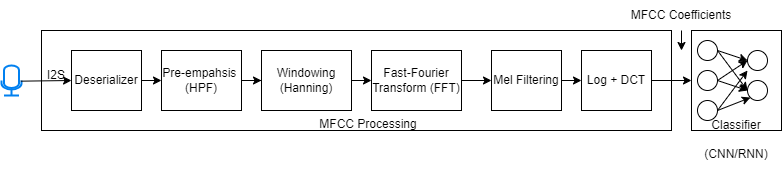
Above: figs/KWS-architecture.png in mixignal/Agentic-RTL2GDS-VLSID25 (draw.io), before the change. Source tidied: cells renumbered, new cells last; positions are measured from the earlier drawing's top-left corner, leaving out a move shared by most shapes.
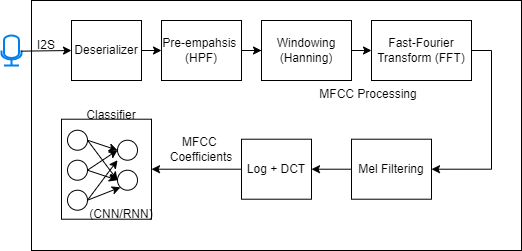
The same diagram one commit later.

What changed in the source:
```diff
@@ -3,7 +3,7 @@
     <mxCell id="0" />
     <mxCell id="1" parent="0" />
     <mxCell id="2" style="rounded=0;whiteSpace=wrap;html=1;" parent="1" vertex="1">
-      <mxGeometry x="40" y="30" width="630" height="100" as="geometry" />
+      <mxGeometry x="30" y="30" width="490" height="250" as="geometry" />
     </mxCell>
     <mxCell id="3" style="edgeStyle=orthogonalEdgeStyle;rounded=0;jettySize=auto;html=1;exitX=1;exitY=0.5;exitDx=0;exitDy=0;entryX=0;entryY=0.5;entryDx=0;entryDy=0;" parent="1" edge="1" source="4" target="7">
       <mxGeometry relative="1" as="geometry" />
@@ -14,29 +14,29 @@
     <mxCell id="5" style="html=1;verticalLabelPosition=bottom;align=center;labelBackgroundColor=#ffffff;verticalAlign=top;strokeWidth=2;strokeColor=#0080F0;shadow=0;dashed=0;shape=mxgraph.ios7.icons.microphone;" parent="1" vertex="1">
       <mxGeometry y="65" width="20" height="30" as="geometry" />
     </mxCell>
-    <mxCell id="6" style="edgeStyle=orthogonalEdgeStyle;rounded=0;jettySize=auto;html=1;exitX=1;exitY=0.5;exitDx=0;exitDy=0;entryX=0;entryY=0.5;entryDx=0;entryDy=0;" parent="1" edge="1" source="7" target="9">
+    <mxCell id="6" style="edgeStyle=orthogonalEdgeStyle;rounded=0;jettySize=auto;html=1;exitX=1;exitY=0.5;exitDx=0;exitDy=0;entryX=1;entryY=0.5;entryDx=0;entryDy=0;" parent="1" edge="1" source="7" target="9">
       <mxGeometry relative="1" as="geometry" />
     </mxCell>
     <mxCell id="7" value="Fast-Fourier Transform (FFT)" style="rounded=0;whiteSpace=wrap;html=1;" parent="1" vertex="1">
-      <mxGeometry x="370" y="50" width="90" height="60" as="geometry" />
+      <mxGeometry x="370" y="50" width="100" height="60" as="geometry" />
     </mxCell>
-    <mxCell id="8" style="edgeStyle=orthogonalEdgeStyle;rounded=0;jettySize=auto;html=1;exitX=1;exitY=0.5;exitDx=0;exitDy=0;entryX=0;entryY=0.5;entryDx=0;entryDy=0;" parent="1" edge="1" source="9" target="11">
+    <mxCell id="8" style="edgeStyle=orthogonalEdgeStyle;rounded=0;jettySize=auto;html=1;exitX=0;exitY=0.5;exitDx=0;exitDy=0;entryX=1;entryY=0.5;entryDx=0;entryDy=0;" parent="1" edge="1" source="9" target="11">
       <mxGeometry relative="1" as="geometry" />
     </mxCell>
     <mxCell id="9" value="Mel Filtering" style="rounded=0;whiteSpace=wrap;html=1;" parent="1" vertex="1">
-      <mxGeometry x="490" y="50" width="70" height="60" as="geometry" />
+      <mxGeometry x="350" y="168.7" width="80" height="60" as="geometry" />
     </mxCell>
-    <mxCell id="10" style="edgeStyle=orthogonalEdgeStyle;rounded=0;jettySize=auto;html=1;exitX=1;exitY=0.5;exitDx=0;exitDy=0;entryX=0;entryY=0.5;entryDx=0;entryDy=0;" parent="1" edge="1" source="11" target="13">
+    <mxCell id="10" style="edgeStyle=orthogonalEdgeStyle;rounded=0;jettySize=auto;html=1;exitX=0;exitY=0.5;exitDx=0;exitDy=0;entryX=1;entryY=0.5;entryDx=0;entryDy=0;" parent="1" edge="1" source="11" target="13">
       <mxGeometry relative="1" as="geometry" />
     </mxCell>
     <mxCell id="11" value="Log + DCT" style="rounded=0;whiteSpace=wrap;html=1;" parent="1" vertex="1">
-      <mxGeometry x="580" y="50" width="70" height="60" as="geometry" />
+      <mxGeometry x="240" y="168.7" width="70" height="60" as="geometry" />
     </mxCell>
     <mxCell id="12" style="group;" parent="1" vertex="1">
-      <mxGeometry x="690" y="30" width="90" height="100" as="geometry" />
+      <mxGeometry x="60" y="149.7" width="90" height="100" as="geometry" />
     </mxCell>
     <mxCell id="13" style="rounded=0;whiteSpace=wrap;html=1;" parent="12" vertex="1">
-      <mxGeometry width="90" height="100" as="geometry" />
+      <mxGeometry y="-1" width="90" height="100" as="geometry" />
     </mxCell>
     <mxCell id="14" style="ellipse;whiteSpace=wrap;html=1;" parent="12" vertex="1">
       <mxGeometry x="6" y="10" width="20" height="20" as="geometry" />
@@ -73,19 +73,11 @@
     <mxCell id="24" style="endArrow=classic;html=1;rounded=0;exitX=1;exitY=0.5;exitDx=0;exitDy=0;entryX=0;entryY=1;entryDx=0;entryDy=0;" parent="12" edge="1" source="16" target="18">
       <mxGeometry relative="1" as="geometry" />
     </mxCell>
-    <mxCell id="25" style="edgeStyle=orthogonalEdgeStyle;rounded=0;jettySize=auto;html=1;exitX=0.5;exitY=1;exitDx=0;exitDy=0;" parent="12" edge="1" source="26">
-      <mxGeometry relative="1" as="geometry">
-        <mxPoint x="-10" y="20" as="targetPoint" />
-      </mxGeometry>
-    </mxCell>
-    <mxCell id="26" value="MFCC Coefficients" style="text;strokeColor=none;align=center;fillColor=none;html=1;verticalAlign=middle;whiteSpace=wrap;rounded=0;" parent="12" vertex="1">
-      <mxGeometry x="-80" y="-30" width="140" height="30" as="geometry" />
-    </mxCell>
     <mxCell id="27" style="endArrow=classic;html=1;rounded=0;exitX=0.967;exitY=0.522;exitDx=0;exitDy=0;exitPerimeter=0;entryX=0;entryY=0.5;entryDx=0;entryDy=0;" parent="1" edge="1" source="5" target="33">
       <mxGeometry relative="1" as="geometry" />
     </mxCell>
     <mxCell id="28" value="Classifier" style="text;strokeColor=none;align=center;fillColor=none;html=1;verticalAlign=middle;whiteSpace=wrap;rounded=0;" parent="1" vertex="1">
-      <mxGeometry x="705" y="110" width="60" height="30" as="geometry" />
+      <mxGeometry x="80" y="130" width="60" height="30" as="geometry" />
     </mxCell>
     <mxCell id="29" value="MFCC Processing" style="text;strokeColor=none;align=center;fillColor=none;html=1;verticalAlign=middle;whiteSpace=wrap;rounded=0;" parent="1" vertex="1">
       <mxGeometry x="300" y="110" width="134" height="28.7" as="geometry" />
@@ -103,10 +95,13 @@
       <mxGeometry x="70" y="50" width="70" height="60" as="geometry" />
     </mxCell>
     <mxCell id="34" value="I2S" style="text;strokeColor=none;align=center;fillColor=none;html=1;verticalAlign=middle;whiteSpace=wrap;rounded=0;" parent="1" vertex="1">
-      <mxGeometry x="30" y="60" width="50" height="30" as="geometry" />
+      <mxGeometry x="20" y="60" width="50" height="30" as="geometry" />
     </mxCell>
     <mxCell id="35" value="(CNN/RNN)" style="text;strokeColor=none;align=center;fillColor=none;html=1;verticalAlign=middle;whiteSpace=wrap;rounded=0;" parent="1" vertex="1">
-      <mxGeometry x="695" y="138.7" width="80" height="30" as="geometry" />
+      <mxGeometry x="80" y="228.7" width="80" height="30" as="geometry" />
     </mxCell>
+    <mxCell id="26" value="MFCC&amp;nbsp;&lt;div&gt;Coefficients&lt;/div&gt;" style="text;strokeColor=none;align=center;fillColor=none;html=1;verticalAlign=middle;whiteSpace=wrap;rounded=0;" parent="1" vertex="1">
+      <mxGeometry x="130" y="168.7" width="140" height="21.3" as="geometry" />
+    </mxCell>
   </root>
 </mxGraphModel>
```
